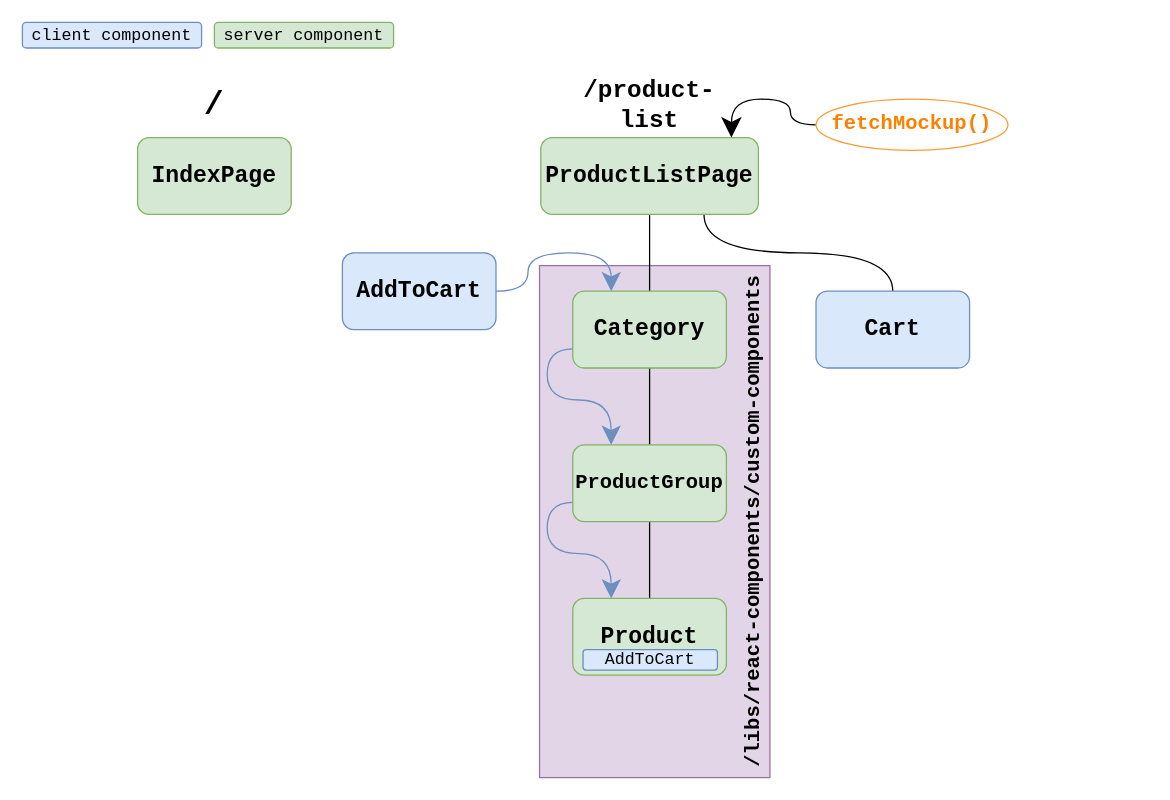
The draw.io diagram diagrams/meat-component-tree.drawio in NicoToff/mira-eat, before the edit. Source tidied: cells renumbered, new cells numbered last; positions are measured from the earlier drawing's top-left corner, leaving out a move shared by most shapes. Both pictures are drawn from the tidied source at 128%, with x=0, y=0 at pixel (22, 22).
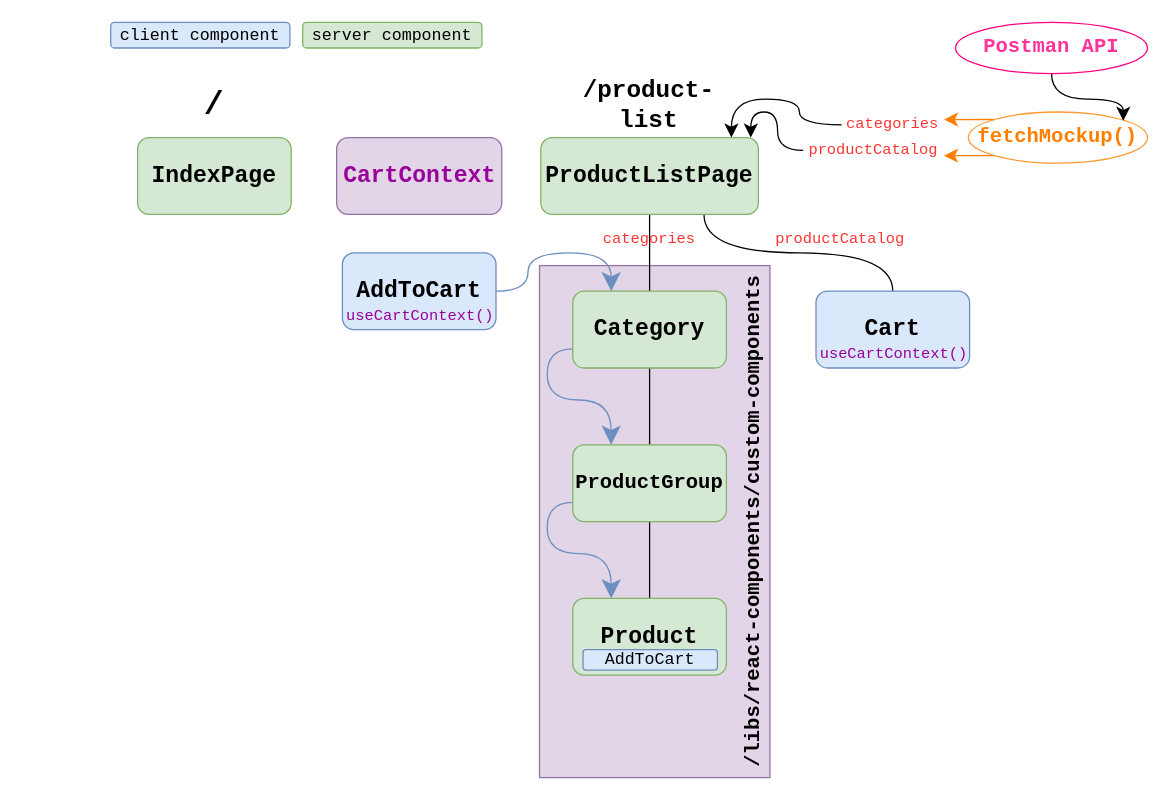
The same page after the edit.

Unchanged cells that the change refers to:
```xml
<mxCell id="7" value="ProductListPage" style="rounded=1;whiteSpace=wrap;html=1;fontFamily=Courier New;fontSize=18;fontStyle=1;fillColor=#d5e8d4;strokeColor=#82b366;" parent="1" vertex="1">
  <mxGeometry x="405" y="90" width="170" height="60" as="geometry" />
</mxCell>
```

What changed in the source:
```diff
@@
     <mxCell id="8" value="/product-list" style="rounded=0;whiteSpace=wrap;html=1;fontFamily=Courier New;fontSize=19;fontStyle=1;fillColor=none;strokeColor=none;" parent="1" vertex="1">
-      <mxGeometry x="430" y="40" width="120" height="50" as="geometry" />
+      <mxGeometry x="430" y="40" width="119" height="50" as="geometry" />
     </mxCell>
@@
-    <mxCell id="12" style="edgeStyle=orthogonalEdgeStyle;rounded=0;jettySize=auto;html=1;exitX=0;exitY=0.5;exitDx=0;exitDy=0;entryX=0.876;entryY=0;entryDx=0;entryDy=0;entryPerimeter=0;fontFamily=Courier New;fontSize=16;fontColor=#FF8000;endArrow=classic;endFill=1;curved=1;endSize=13;" parent="1" edge="1" source="13" target="7">
-      <mxGeometry relative="1" as="geometry" />
+    <mxCell id="12" style="edgeStyle=orthogonalEdgeStyle;rounded=0;jettySize=auto;html=1;exitX=0;exitY=0.5;exitDx=0;exitDy=0;entryX=0.876;entryY=0;entryDx=0;entryDy=0;entryPerimeter=0;fontFamily=Courier New;fontSize=16;fontColor=#FF8000;endArrow=classic;endFill=1;curved=1;endSize=8;" parent="1" edge="1" source="28" target="7">
+      <mxGeometry relative="1" as="geometry">
+        <Array as="points">
+          <mxPoint x="607" y="80" />
+          <mxPoint x="607" y="60" />
+          <mxPoint x="554" y="60" />
+        </Array>
+      </mxGeometry>
     </mxCell>
+    <mxCell id="24" style="edgeStyle=orthogonalEdgeStyle;curved=1;rounded=0;jettySize=auto;html=1;exitX=0;exitY=0;exitDx=0;exitDy=0;entryX=1;entryY=0.25;entryDx=0;entryDy=0;fontFamily=Courier New;fontColor=#FF8000;endSize=8;strokeColor=#FF8000;" parent="1" edge="1" source="13" target="28">
+      <mxGeometry relative="1" as="geometry" />
+    </mxCell>
+    <mxCell id="25" style="edgeStyle=orthogonalEdgeStyle;curved=1;rounded=0;jettySize=auto;html=1;exitX=0;exitY=1;exitDx=0;exitDy=0;entryX=1;entryY=0.75;entryDx=0;entryDy=0;fontFamily=Courier New;fontColor=#FF8000;endSize=8;strokeColor=#FF8000;" parent="1" edge="1" source="13" target="30">
+      <mxGeometry relative="1" as="geometry" />
+    </mxCell>
     <mxCell id="13" value="fetchMockup()" style="ellipse;whiteSpace=wrap;html=1;fontFamily=Courier New;fontSize=16;fillColor=none;strokeColor=#FF9933;fontColor=#FF8000;fontStyle=1;" parent="1" vertex="1">
-      <mxGeometry x="620" y="60" width="150" height="40" as="geometry" />
+      <mxGeometry x="739" y="70" width="140" height="40" as="geometry" />
     </mxCell>
@@
     <mxCell id="21" value="client component" style="rounded=1;whiteSpace=wrap;html=1;fontFamily=Courier New;fontSize=13;fontStyle=0;fillColor=#dae8fc;strokeColor=#6c8ebf;" parent="1" vertex="1">
-      <mxGeometry width="140" height="20" as="geometry" />
+      <mxGeometry x="69" width="140" height="20" as="geometry" />
     </mxCell>
     <mxCell id="22" value="server component" style="rounded=1;whiteSpace=wrap;html=1;fontFamily=Courier New;fontSize=13;fontStyle=0;fillColor=#d5e8d4;strokeColor=#82b366;" parent="1" vertex="1">
-      <mxGeometry x="150" width="140" height="20" as="geometry" />
+      <mxGeometry x="219" width="140" height="20" as="geometry" />
     </mxCell>
@@
+    <mxCell id="26" style="edgeStyle=orthogonalEdgeStyle;curved=1;rounded=0;jettySize=auto;html=1;fontFamily=Courier New;fontColor=#FF3333;endSize=8;entryX=0.865;entryY=0.172;entryDx=0;entryDy=0;entryPerimeter=0;" parent="1" edge="1" source="27" target="13">
+      <mxGeometry relative="1" as="geometry" />
+    </mxCell>
+    <mxCell id="27" value="Postman API" style="ellipse;whiteSpace=wrap;html=1;fontFamily=Courier New;fontSize=16;fillColor=none;strokeColor=#FF0080;fontColor=#FF3399;fontStyle=1;" parent="1" vertex="1">
+      <mxGeometry x="729" width="150" height="40" as="geometry" />
+    </mxCell>
+    <mxCell id="28" value="categories" style="rounded=0;whiteSpace=wrap;html=1;strokeColor=none;fontColor=#FF3333;fillColor=none;fontFamily=Courier New;" parent="1" vertex="1">
+      <mxGeometry x="640" y="70" width="80" height="20" as="geometry" />
+    </mxCell>
+    <mxCell id="29" style="edgeStyle=orthogonalEdgeStyle;curved=1;rounded=0;jettySize=auto;html=1;fontFamily=Courier New;fontColor=#FF3333;entryX=0.965;entryY=0;entryDx=0;entryDy=0;entryPerimeter=0;endSize=8;" parent="1" edge="1" source="30" target="7">
+      <mxGeometry relative="1" as="geometry" />
+    </mxCell>
+    <mxCell id="30" value="productCatalog" style="rounded=0;whiteSpace=wrap;html=1;strokeColor=none;fontColor=#FF3333;fillColor=none;fontFamily=Courier New;" parent="1" vertex="1">
+      <mxGeometry x="610" y="90" width="110" height="20" as="geometry" />
+    </mxCell>
+    <mxCell id="31" value="categories" style="rounded=0;whiteSpace=wrap;html=1;strokeColor=none;fontColor=#FF3333;fillColor=none;fontFamily=Courier New;" parent="1" vertex="1">
+      <mxGeometry x="449.5" y="160" width="80" height="20" as="geometry" />
+    </mxCell>
+    <mxCell id="32" value="productCatalog" style="rounded=0;whiteSpace=wrap;html=1;strokeColor=none;fontColor=#FF3333;fillColor=none;fontFamily=Courier New;" parent="1" vertex="1">
+      <mxGeometry x="584" y="160" width="110" height="20" as="geometry" />
+    </mxCell>
+    <mxCell id="33" value="CartContext" style="rounded=1;whiteSpace=wrap;html=1;fontFamily=Courier New;fontSize=18;fontStyle=1;fillColor=#e1d5e7;strokeColor=#9673a6;fontColor=#990099;" parent="1" vertex="1">
+      <mxGeometry x="245.5" y="90" width="129" height="60" as="geometry" />
+    </mxCell>
+    <mxCell id="34" value="useCartContext()" style="rounded=0;whiteSpace=wrap;html=1;strokeColor=none;fontColor=#990099;fillColor=none;fontFamily=Courier New;" parent="1" vertex="1">
+      <mxGeometry x="256" y="220" width="110" height="20" as="geometry" />
+    </mxCell>
+    <mxCell id="35" value="useCartContext()" style="rounded=0;whiteSpace=wrap;html=1;strokeColor=none;fontColor=#990099;fillColor=none;fontFamily=Courier New;" parent="1" vertex="1">
+      <mxGeometry x="626" y="250" width="110" height="20" as="geometry" />
+    </mxCell>
```
